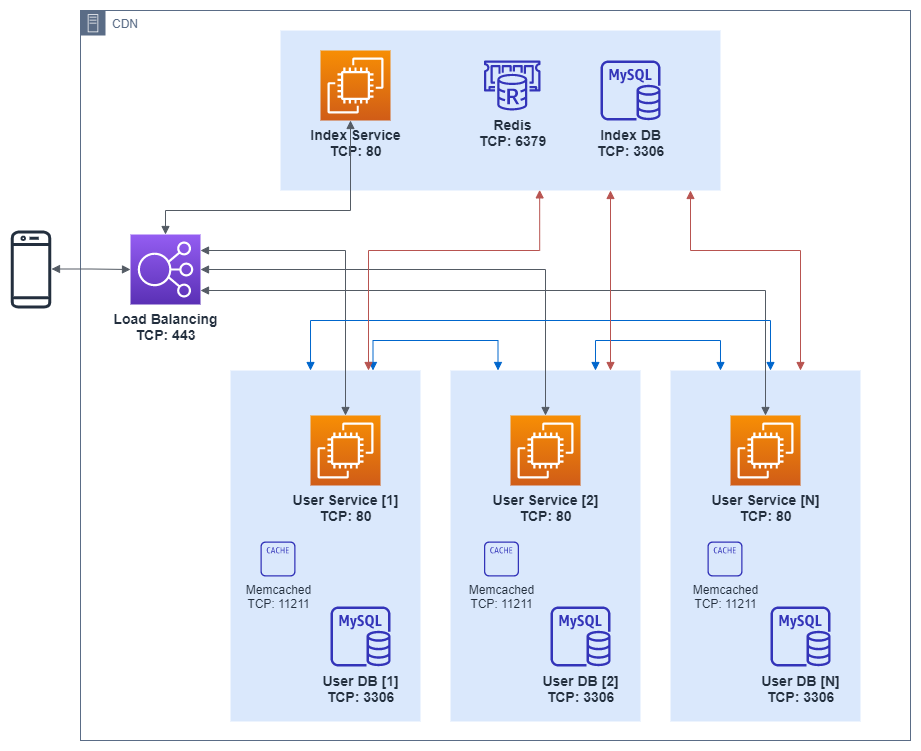
Above: portfolio/assets/img/architecture-everytown.png in rxcats/rxcats.github.io (draw.io), before the change. Source tidied: cells renumbered, new cells last; positions are measured from the earlier drawing's top-left corner, leaving out a move shared by most shapes. The source it was exported from:
```xml
<mxGraphModel>
  <root>
    <mxCell id="0" />
    <mxCell id="1" parent="0" />
    <mxCell id="2" value="CDN" style="gradientColor=none;html=1;whiteSpace=wrap;fontSize=12;fontStyle=0;shape=mxgraph.aws4.group;grIcon=mxgraph.aws4.group_on_premise;strokeColor=#5A6C86;fillColor=none;verticalAlign=top;align=left;spacingLeft=30;fontColor=#5A6C86;dashed=0;" parent="1" vertex="1">
      <mxGeometry x="70" width="830" height="730" as="geometry" />
    </mxCell>
    <mxCell id="3" style="fillColor=#dae8fc;dashed=0;verticalAlign=top;fontStyle=0;strokeColor=none;" parent="1" vertex="1">
      <mxGeometry x="660" y="360" width="190" height="351" as="geometry" />
    </mxCell>
    <mxCell id="4" style="fillColor=#dae8fc;dashed=0;verticalAlign=top;fontStyle=0;strokeColor=none;" parent="1" vertex="1">
      <mxGeometry x="440" y="360" width="190" height="351" as="geometry" />
    </mxCell>
    <mxCell id="5" style="fillColor=#dae8fc;dashed=0;verticalAlign=top;fontStyle=0;strokeColor=none;" parent="1" vertex="1">
      <mxGeometry x="220" y="360" width="190" height="351" as="geometry" />
    </mxCell>
    <mxCell id="6" style="fillColor=#dae8fc;dashed=0;verticalAlign=top;fontStyle=0;strokeColor=none;" parent="1" vertex="1">
      <mxGeometry x="270" y="20" width="440" height="160" as="geometry" />
    </mxCell>
    <mxCell id="7" value="&lt;b&gt;&lt;font style=&quot;font-size: 14px&quot;&gt;Load Balancing&lt;br&gt;TCP: 443&lt;/font&gt;&lt;/b&gt;" style="outlineConnect=0;fontColor=#232F3E;gradientColor=#945DF2;gradientDirection=north;fillColor=#5A30B5;strokeColor=#ffffff;dashed=0;verticalLabelPosition=bottom;verticalAlign=top;align=center;html=1;fontSize=12;fontStyle=0;shape=mxgraph.aws4.resourceIcon;resIcon=mxgraph.aws4.elastic_load_balancing;" parent="1" vertex="1">
      <mxGeometry x="120" y="224" width="70" height="70" as="geometry" />
    </mxCell>
    <mxCell id="8" value="&lt;font style=&quot;font-size: 14px&quot;&gt;&lt;b&gt;Redis&lt;br&gt;TCP: 6379&lt;/b&gt;&lt;/font&gt;" style="fontColor=#232F3E;gradientColor=none;fillColor=#3334B9;strokeColor=none;dashed=0;verticalLabelPosition=bottom;verticalAlign=top;align=center;html=1;fontSize=12;fontStyle=0;shape=mxgraph.aws4.elasticache_for_redis;" parent="1" vertex="1">
      <mxGeometry x="473.5" y="50" width="56.5" height="50" as="geometry" />
    </mxCell>
    <mxCell id="9" value="&lt;b style=&quot;font-size: 14px&quot;&gt;Index Service&lt;br&gt;&lt;/b&gt;&lt;b style=&quot;font-size: 14px&quot;&gt;TCP: 80&lt;/b&gt;&lt;b style=&quot;font-size: 14px&quot;&gt;&lt;br&gt;&lt;/b&gt;" style="outlineConnect=0;fontColor=#232F3E;gradientColor=#F78E04;gradientDirection=north;fillColor=#D05C17;strokeColor=#ffffff;dashed=0;verticalLabelPosition=bottom;verticalAlign=top;align=center;html=1;fontSize=12;fontStyle=0;shape=mxgraph.aws4.resourceIcon;resIcon=mxgraph.aws4.ec2;" parent="1" vertex="1">
      <mxGeometry x="310" y="40" width="70" height="70" as="geometry" />
    </mxCell>
    <mxCell id="10" value="&lt;b style=&quot;font-size: 14px&quot;&gt;User Service [1]&lt;br&gt;TCP: 80&lt;br&gt;&lt;/b&gt;" style="outlineConnect=0;fontColor=#232F3E;gradientColor=#F78E04;gradientDirection=north;fillColor=#D05C17;strokeColor=#ffffff;dashed=0;verticalLabelPosition=bottom;verticalAlign=top;align=center;html=1;fontSize=12;fontStyle=0;shape=mxgraph.aws4.resourceIcon;resIcon=mxgraph.aws4.ec2;" parent="1" vertex="1">
      <mxGeometry x="300" y="405" width="70" height="70" as="geometry" />
    </mxCell>
    <mxCell id="11" value="Memcached&lt;br&gt;TCP: 11211" style="fontColor=#232F3E;gradientColor=none;fillColor=#3334B9;strokeColor=none;dashed=0;verticalLabelPosition=bottom;verticalAlign=top;align=center;html=1;fontSize=12;fontStyle=0;shape=mxgraph.aws4.cache_node;" parent="1" vertex="1">
      <mxGeometry x="250" y="531" width="35" height="35" as="geometry" />
    </mxCell>
    <mxCell id="12" style="fontColor=#232F3E;gradientColor=none;fillColor=#232F3E;strokeColor=none;dashed=0;verticalLabelPosition=bottom;verticalAlign=top;align=center;html=1;fontSize=12;fontStyle=0;shape=mxgraph.aws4.mobile_client;" parent="1" vertex="1">
      <mxGeometry y="220" width="41" height="78" as="geometry" />
    </mxCell>
    <mxCell id="13" style="edgeStyle=orthogonalEdgeStyle;html=1;endArrow=block;elbow=vertical;startArrow=block;startFill=1;endFill=1;strokeColor=#545B64;rounded=0;" parent="1" edge="1" target="7">
      <mxGeometry relative="1" as="geometry">
        <mxPoint x="41" y="258.5" as="sourcePoint" />
      </mxGeometry>
    </mxCell>
    <mxCell id="14" value="&lt;b style=&quot;font-size: 14px&quot;&gt;User Service [N]&lt;br&gt;TCP: 80&lt;br&gt;&lt;/b&gt;" style="outlineConnect=0;fontColor=#232F3E;gradientColor=#F78E04;gradientDirection=north;fillColor=#D05C17;strokeColor=#ffffff;dashed=0;verticalLabelPosition=bottom;verticalAlign=top;align=center;html=1;fontSize=12;fontStyle=0;shape=mxgraph.aws4.resourceIcon;resIcon=mxgraph.aws4.ec2;" parent="1" vertex="1">
      <mxGeometry x="720" y="405" width="70" height="70" as="geometry" />
    </mxCell>
    <mxCell id="15" value="&lt;b style=&quot;font-size: 14px&quot;&gt;User Service [2]&lt;br&gt;TCP: 80&lt;br&gt;&lt;/b&gt;" style="outlineConnect=0;fontColor=#232F3E;gradientColor=#F78E04;gradientDirection=north;fillColor=#D05C17;strokeColor=#ffffff;dashed=0;verticalLabelPosition=bottom;verticalAlign=top;align=center;html=1;fontSize=12;fontStyle=0;shape=mxgraph.aws4.resourceIcon;resIcon=mxgraph.aws4.ec2;" parent="1" vertex="1">
      <mxGeometry x="500" y="405" width="70" height="70" as="geometry" />
    </mxCell>
    <mxCell id="16" value="&lt;b style=&quot;font-size: 14px&quot;&gt;Index DB&lt;br&gt;TCP: 3306&lt;/b&gt;" style="fontColor=#232F3E;gradientColor=none;fillColor=#3334B9;strokeColor=none;dashed=0;verticalLabelPosition=bottom;verticalAlign=top;align=center;html=1;fontSize=12;fontStyle=0;shape=mxgraph.aws4.rds_mysql_instance;" parent="1" vertex="1">
      <mxGeometry x="590" y="50" width="60" height="60" as="geometry" />
    </mxCell>
    <mxCell id="17" value="&lt;b style=&quot;font-size: 14px&quot;&gt;User DB [1]&lt;br&gt;TCP: 3306&lt;/b&gt;" style="fontColor=#232F3E;gradientColor=none;fillColor=#3334B9;strokeColor=none;dashed=0;verticalLabelPosition=bottom;verticalAlign=top;align=center;html=1;fontSize=12;fontStyle=0;shape=mxgraph.aws4.rds_mysql_instance;" parent="1" vertex="1">
      <mxGeometry x="320" y="596" width="60" height="60" as="geometry" />
    </mxCell>
    <mxCell id="18" value="Memcached&lt;br&gt;TCP: 11211" style="fontColor=#232F3E;gradientColor=none;fillColor=#3334B9;strokeColor=none;dashed=0;verticalLabelPosition=bottom;verticalAlign=top;align=center;html=1;fontSize=12;fontStyle=0;shape=mxgraph.aws4.cache_node;" parent="1" vertex="1">
      <mxGeometry x="473.5" y="531" width="35" height="35" as="geometry" />
    </mxCell>
    <mxCell id="19" value="&lt;b style=&quot;font-size: 14px&quot;&gt;User DB [2]&lt;br&gt;TCP: 3306&lt;/b&gt;" style="fontColor=#232F3E;gradientColor=none;fillColor=#3334B9;strokeColor=none;dashed=0;verticalLabelPosition=bottom;verticalAlign=top;align=center;html=1;fontSize=12;fontStyle=0;shape=mxgraph.aws4.rds_mysql_instance;" parent="1" vertex="1">
      <mxGeometry x="540" y="596" width="60" height="60" as="geometry" />
    </mxCell>
    <mxCell id="20" value="Memcached&lt;br&gt;TCP: 11211" style="fontColor=#232F3E;gradientColor=none;fillColor=#3334B9;strokeColor=none;dashed=0;verticalLabelPosition=bottom;verticalAlign=top;align=center;html=1;fontSize=12;fontStyle=0;shape=mxgraph.aws4.cache_node;" parent="1" vertex="1">
      <mxGeometry x="697" y="531" width="35" height="35" as="geometry" />
    </mxCell>
    <mxCell id="21" value="&lt;b style=&quot;font-size: 14px&quot;&gt;User DB [N]&lt;br&gt;TCP: 3306&lt;/b&gt;" style="fontColor=#232F3E;gradientColor=none;fillColor=#3334B9;strokeColor=none;dashed=0;verticalLabelPosition=bottom;verticalAlign=top;align=center;html=1;fontSize=12;fontStyle=0;shape=mxgraph.aws4.rds_mysql_instance;" parent="1" vertex="1">
      <mxGeometry x="760" y="596" width="60" height="60" as="geometry" />
    </mxCell>
    <mxCell id="22" style="edgeStyle=orthogonalEdgeStyle;html=1;endArrow=block;elbow=vertical;startArrow=block;startFill=1;endFill=1;strokeColor=#545B64;rounded=0;" parent="1" edge="1" source="7" target="9">
      <mxGeometry relative="1" as="geometry">
        <Array as="points">
          <mxPoint x="155" y="200" />
          <mxPoint x="340" y="200" />
        </Array>
      </mxGeometry>
    </mxCell>
    <mxCell id="23" style="edgeStyle=orthogonalEdgeStyle;html=1;endArrow=block;elbow=vertical;startArrow=block;startFill=1;endFill=1;strokeColor=#545B64;rounded=0;" parent="1" edge="1" target="10">
      <mxGeometry relative="1" as="geometry">
        <mxPoint x="190" y="240" as="sourcePoint" />
      </mxGeometry>
    </mxCell>
    <mxCell id="24" style="edgeStyle=orthogonalEdgeStyle;html=1;endArrow=block;elbow=vertical;startArrow=block;startFill=1;endFill=1;strokeColor=#545B64;rounded=0;" parent="1" edge="1" source="7" target="15">
      <mxGeometry relative="1" as="geometry" />
    </mxCell>
    <mxCell id="25" style="edgeStyle=orthogonalEdgeStyle;html=1;endArrow=block;elbow=vertical;startArrow=block;startFill=1;endFill=1;strokeColor=#545B64;rounded=0;" parent="1" edge="1" target="14">
      <mxGeometry relative="1" as="geometry">
        <mxPoint x="190" y="280" as="sourcePoint" />
        <Array as="points">
          <mxPoint x="755" y="280" />
        </Array>
      </mxGeometry>
    </mxCell>
    <mxCell id="26" style="edgeStyle=orthogonalEdgeStyle;html=1;endArrow=block;elbow=vertical;startArrow=block;startFill=1;endFill=1;rounded=0;exitX=0.75;exitY=0;exitDx=0;exitDy=0;entryX=0.25;entryY=0;entryDx=0;entryDy=0;strokeColor=#0066CC;" parent="1" edge="1" source="5" target="4">
      <mxGeometry relative="1" as="geometry">
        <Array as="points">
          <mxPoint x="362" y="330" />
          <mxPoint x="488" y="330" />
        </Array>
      </mxGeometry>
    </mxCell>
    <mxCell id="27" style="edgeStyle=orthogonalEdgeStyle;html=1;endArrow=block;elbow=vertical;startArrow=block;startFill=1;endFill=1;rounded=0;exitX=0.75;exitY=0;exitDx=0;exitDy=0;entryX=0.25;entryY=0;entryDx=0;entryDy=0;strokeColor=#0066CC;" parent="1" edge="1">
      <mxGeometry relative="1" as="geometry">
        <mxPoint x="585" y="360" as="sourcePoint" />
        <mxPoint x="710" y="360" as="targetPoint" />
        <Array as="points">
          <mxPoint x="584.5" y="330" />
          <mxPoint x="710.5" y="330" />
        </Array>
      </mxGeometry>
    </mxCell>
    <mxCell id="28" style="edgeStyle=orthogonalEdgeStyle;html=1;endArrow=block;elbow=vertical;startArrow=block;startFill=1;endFill=1;rounded=0;exitX=0.75;exitY=0;exitDx=0;exitDy=0;strokeColor=#0066CC;" parent="1" edge="1">
      <mxGeometry relative="1" as="geometry">
        <mxPoint x="300" y="360" as="sourcePoint" />
        <mxPoint x="760" y="360" as="targetPoint" />
        <Array as="points">
          <mxPoint x="300" y="310" />
          <mxPoint x="760" y="310" />
        </Array>
      </mxGeometry>
    </mxCell>
    <mxCell id="29" style="edgeStyle=orthogonalEdgeStyle;html=1;endArrow=block;elbow=vertical;startArrow=block;startFill=1;endFill=1;rounded=0;strokeColor=#b85450;fillColor=#f8cecc;" parent="1" edge="1">
      <mxGeometry relative="1" as="geometry">
        <mxPoint x="680" y="180" as="sourcePoint" />
        <mxPoint x="790" y="360" as="targetPoint" />
        <Array as="points">
          <mxPoint x="680" y="180" />
          <mxPoint x="680" y="240" />
          <mxPoint x="790" y="240" />
        </Array>
      </mxGeometry>
    </mxCell>
    <mxCell id="30" style="edgeStyle=orthogonalEdgeStyle;html=1;endArrow=block;elbow=vertical;startArrow=block;startFill=1;endFill=1;rounded=0;strokeColor=#b85450;exitX=0.75;exitY=1;exitDx=0;exitDy=0;fillColor=#f8cecc;" parent="1" edge="1" source="6">
      <mxGeometry relative="1" as="geometry">
        <mxPoint x="600" y="360" as="targetPoint" />
        <Array as="points">
          <mxPoint x="600" y="360" />
        </Array>
      </mxGeometry>
    </mxCell>
    <mxCell id="31" style="edgeStyle=orthogonalEdgeStyle;html=1;endArrow=block;elbow=vertical;startArrow=block;startFill=1;endFill=1;rounded=0;strokeColor=#b85450;exitX=0.589;exitY=0.996;exitDx=0;exitDy=0;exitPerimeter=0;fillColor=#f8cecc;" parent="1" edge="1" source="6" target="5">
      <mxGeometry relative="1" as="geometry">
        <Array as="points">
          <mxPoint x="529" y="240" />
          <mxPoint x="358" y="240" />
        </Array>
      </mxGeometry>
    </mxCell>
  </root>
</mxGraphModel>
```
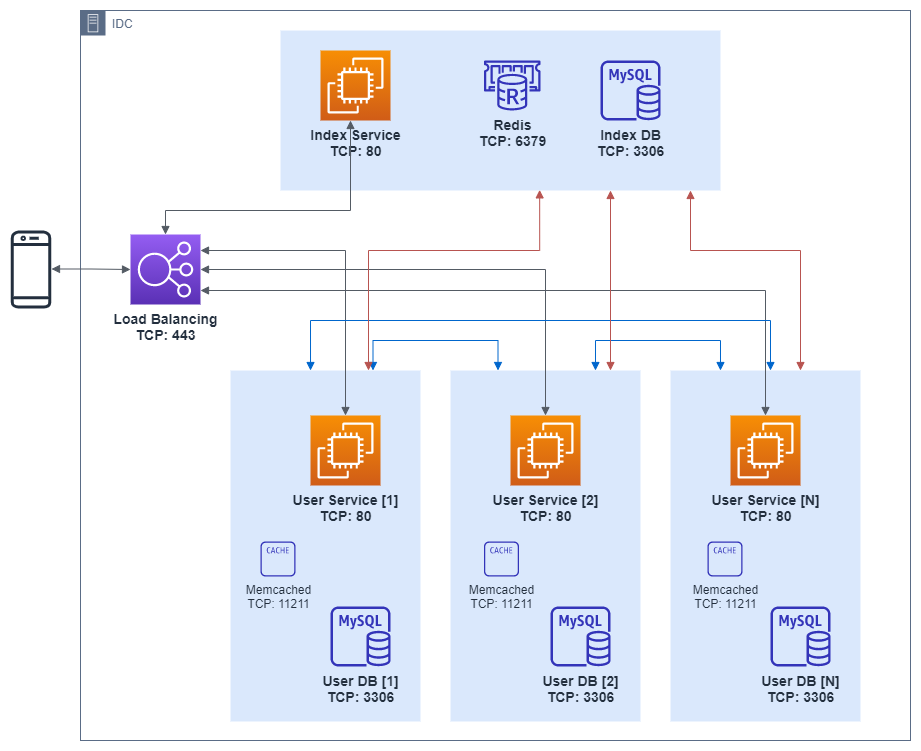
Above is the later version.

The edit, as a diff of the source:
```diff
@@ -2,7 +2,7 @@
   <root>
     <mxCell id="0" />
     <mxCell id="1" parent="0" />
-    <mxCell id="2" value="CDN" style="gradientColor=none;html=1;whiteSpace=wrap;fontSize=12;fontStyle=0;shape=mxgraph.aws4.group;grIcon=mxgraph.aws4.group_on_premise;strokeColor=#5A6C86;fillColor=none;verticalAlign=top;align=left;spacingLeft=30;fontColor=#5A6C86;dashed=0;" parent="1" vertex="1">
+    <mxCell id="2" value="IDC" style="gradientColor=none;html=1;whiteSpace=wrap;fontSize=12;fontStyle=0;shape=mxgraph.aws4.group;grIcon=mxgraph.aws4.group_on_premise;strokeColor=#5A6C86;fillColor=none;verticalAlign=top;align=left;spacingLeft=30;fontColor=#5A6C86;dashed=0;" parent="1" vertex="1">
       <mxGeometry x="70" width="830" height="730" as="geometry" />
     </mxCell>
     <mxCell id="3" style="fillColor=#dae8fc;dashed=0;verticalAlign=top;fontStyle=0;strokeColor=none;" parent="1" vertex="1">
```
